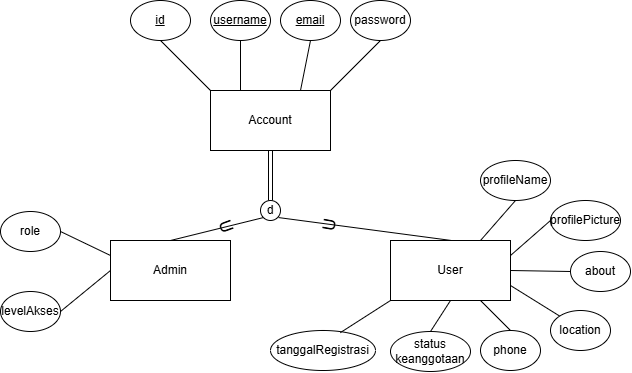
This is erd_pkpl.drawio.png from anthef/anthef, a draw.io export, as it was before one commit. Source tidied: cells renumbered, new cells last; positions are measured from the earlier drawing's top-left corner, leaving out a move shared by most shapes.
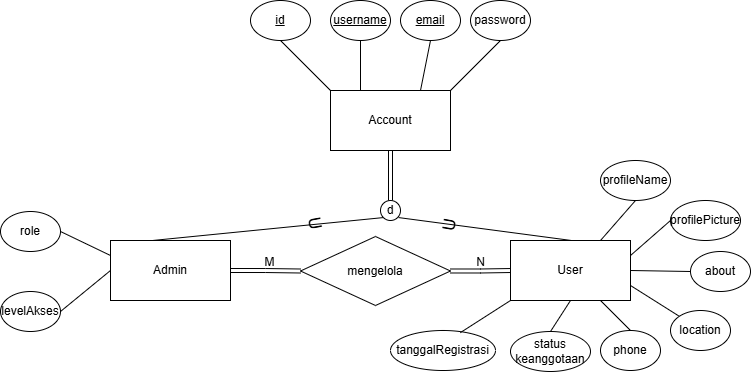
The same diagram one commit later.

Commit message:
done user erd

Diff of the diagram source:
```diff
@@ -32,14 +32,19 @@
     <mxCell id="11" style="endArrow=none;html=1;rounded=0;exitX=1;exitY=0;exitDx=0;exitDy=0;entryX=0.5;entryY=1;entryDx=0;entryDy=0;" parent="1" edge="1" source="3" target="7">
       <mxGeometry relative="1" as="geometry" />
     </mxCell>
-    <mxCell id="12" style="rounded=0;jettySize=auto;html=1;exitX=0;exitY=1;exitDx=0;exitDy=0;entryX=0.5;entryY=0;entryDx=0;entryDy=0;endArrow=none;startFill=0;" parent="1" edge="1" source="13" target="14">
-      <mxGeometry relative="1" as="geometry" />
+    <mxCell id="12" style="rounded=0;jettySize=auto;html=1;exitX=0;exitY=1;exitDx=0;exitDy=0;entryX=0.5;entryY=0;entryDx=0;entryDy=0;endArrow=none;startFill=0;" parent="1" edge="1" source="13">
+      <mxGeometry relative="1" as="geometry">
+        <mxPoint x="32" y="240" as="targetPoint" />
+      </mxGeometry>
     </mxCell>
     <mxCell id="13" value="d" style="ellipse;whiteSpace=wrap;html=1;" parent="1" vertex="1">
       <mxGeometry x="260" y="200" width="20" height="20" as="geometry" />
     </mxCell>
+    <mxCell id="37" style="edgeStyle=orthogonalEdgeStyle;rounded=0;jettySize=auto;html=1;exitX=1;exitY=0.5;exitDx=0;exitDy=0;entryX=0;entryY=0.5;entryDx=0;entryDy=0;shape=link;" parent="1" edge="1" source="14" target="39">
+      <mxGeometry relative="1" as="geometry" />
+    </mxCell>
     <mxCell id="14" value="Admin" style="rounded=0;whiteSpace=wrap;html=1;" parent="1" vertex="1">
-      <mxGeometry x="110" y="240" width="120" height="60" as="geometry" />
+      <mxGeometry x="-10" y="240" width="120" height="60" as="geometry" />
     </mxCell>
     <mxCell id="15" style="rounded=0;jettySize=auto;html=1;exitX=0.75;exitY=0;exitDx=0;exitDy=0;entryX=0.5;entryY=1;entryDx=0;entryDy=0;endArrow=none;startFill=0;" parent="1" edge="1" source="21" target="29">
       <mxGeometry relative="1" as="geometry" />
@@ -68,8 +73,8 @@
         <mxPoint x="451" y="240" as="targetPoint" />
       </mxGeometry>
     </mxCell>
-    <mxCell id="23" value="U" style="text;html=1;align=center;verticalAlign=middle;strokeColor=none;fillColor=none;rotation=70;fontSize=17;" parent="1" vertex="1">
-      <mxGeometry x="205" y="211" width="40" height="30" as="geometry" />
+    <mxCell id="23" value="U" style="text;html=1;align=center;verticalAlign=middle;strokeColor=none;fillColor=none;rotation=80;fontSize=17;" parent="1" vertex="1">
+      <mxGeometry x="174" y="208" width="40" height="30" as="geometry" />
     </mxCell>
     <mxCell id="24" value="U" style="text;html=1;align=center;verticalAlign=middle;strokeColor=none;fillColor=none;rotation=-80;fontSize=17;" parent="1" vertex="1">
       <mxGeometry x="310" y="210" width="40" height="30" as="geometry" />
@@ -78,13 +83,13 @@
       <mxGeometry relative="1" as="geometry" />
     </mxCell>
     <mxCell id="26" value="role" style="ellipse;whiteSpace=wrap;html=1;" parent="1" vertex="1">
-      <mxGeometry y="211" width="60" height="40" as="geometry" />
+      <mxGeometry x="-120" y="211" width="60" height="40" as="geometry" />
     </mxCell>
     <mxCell id="27" style="rounded=0;jettySize=auto;html=1;exitX=1;exitY=0.5;exitDx=0;exitDy=0;entryX=0;entryY=0.5;entryDx=0;entryDy=0;endArrow=none;startFill=0;" parent="1" edge="1" source="28" target="14">
       <mxGeometry relative="1" as="geometry" />
     </mxCell>
     <mxCell id="28" value="levelAkses" style="ellipse;whiteSpace=wrap;html=1;" parent="1" vertex="1">
-      <mxGeometry y="291" width="60" height="40" as="geometry" />
+      <mxGeometry x="-120" y="291" width="60" height="40" as="geometry" />
     </mxCell>
     <mxCell id="29" value="profileName" style="ellipse;whiteSpace=wrap;html=1;" parent="1" vertex="1">
       <mxGeometry x="480" y="160" width="70" height="40" as="geometry" />
@@ -110,5 +115,17 @@
     <mxCell id="36" style="rounded=0;jettySize=auto;html=1;exitX=0;exitY=1;exitDx=0;exitDy=0;entryX=0.665;entryY=0.054;entryDx=0;entryDy=0;entryPerimeter=0;endArrow=none;startFill=0;" parent="1" edge="1" source="21" target="35">
       <mxGeometry relative="1" as="geometry" />
     </mxCell>
+    <mxCell id="38" style="edgeStyle=orthogonalEdgeStyle;rounded=0;jettySize=auto;html=1;shape=link;" parent="1" edge="1" source="39" target="21">
+      <mxGeometry relative="1" as="geometry" />
+    </mxCell>
+    <mxCell id="39" value="mengelola" style="rhombus;whiteSpace=wrap;html=1;" parent="1" vertex="1">
+      <mxGeometry x="180" y="236" width="150" height="69" as="geometry" />
+    </mxCell>
+    <mxCell id="40" value="M" style="text;html=1;align=center;verticalAlign=middle;strokeColor=none;fillColor=none;" parent="1" vertex="1">
+      <mxGeometry x="134" y="247" width="30" height="30" as="geometry" />
+    </mxCell>
+    <mxCell id="41" value="N" style="text;html=1;align=center;verticalAlign=middle;strokeColor=none;fillColor=none;" parent="1" vertex="1">
+      <mxGeometry x="345" y="247" width="30" height="30" as="geometry" />
+    </mxCell>
   </root>
 </mxGraphModel>
```
